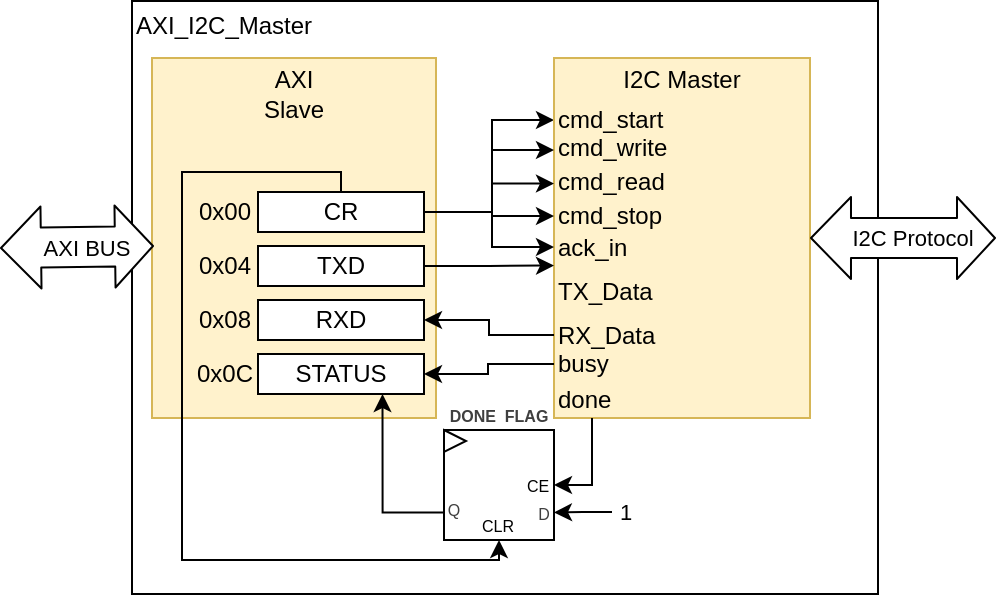
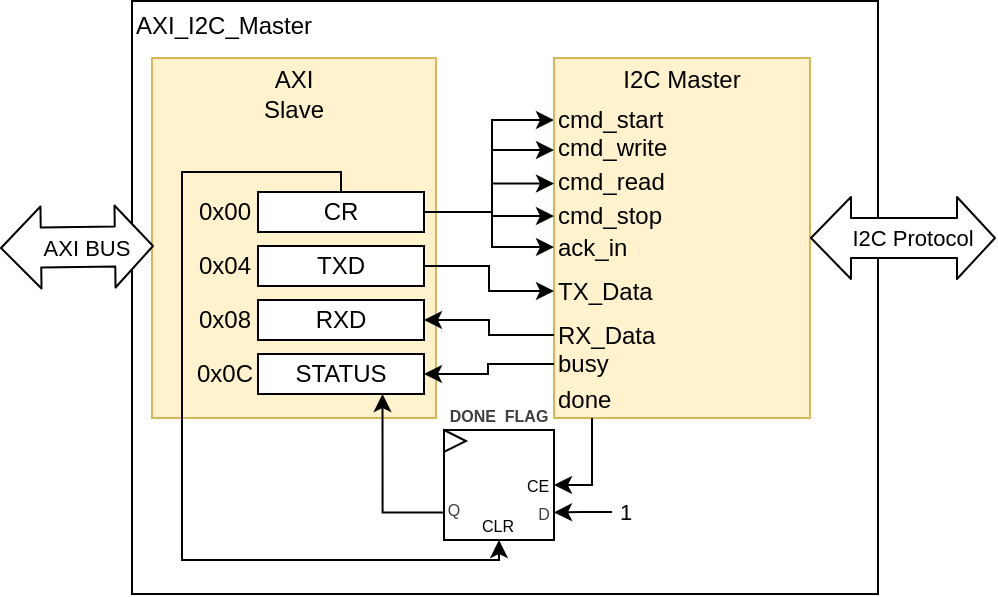
<mxfile host="65bd71144e">
    <diagram id="hn-LXBFFnmJyqADH3e9j" name="Page-1">
-         <mxGraphModel dx="1094" dy="456" grid="0" gridSize="10" guides="1" tooltips="1" connect="1" arrows="1" fold="1" page="0" pageScale="1" pageWidth="850" pageHeight="1100" math="0" shadow="0">
+         <mxGraphModel dx="1112" dy="365" grid="0" gridSize="10" guides="1" tooltips="1" connect="1" arrows="1" fold="1" page="0" pageScale="1" pageWidth="850" pageHeight="1100" math="0" shadow="0">
            <root>
                <mxCell id="0"/>
                <mxCell id="1" parent="0"/>
-                 <mxCell id="62" value="AXI_I2C_Master&lt;br&gt;&lt;div&gt;&lt;br&gt;&lt;/div&gt;&lt;div&gt;&lt;br&gt;&lt;/div&gt;&lt;div&gt;&lt;br&gt;&lt;/div&gt;&lt;div&gt;&lt;br&gt;&lt;/div&gt;&lt;div&gt;&lt;br&gt;&lt;/div&gt;&lt;div&gt;&lt;br&gt;&lt;/div&gt;&lt;div&gt;&lt;br&gt;&lt;/div&gt;&lt;div&gt;&lt;br&gt;&lt;/div&gt;&lt;div&gt;&lt;br&gt;&lt;/div&gt;&lt;div&gt;&lt;br&gt;&lt;/div&gt;&lt;div&gt;&lt;br&gt;&lt;/div&gt;&lt;div&gt;&lt;br&gt;&lt;/div&gt;&lt;div&gt;&lt;br&gt;&lt;/div&gt;&lt;div&gt;&lt;br&gt;&lt;/div&gt;&lt;div&gt;&lt;br&gt;&lt;/div&gt;&lt;div&gt;&lt;br&gt;&lt;/div&gt;&lt;div&gt;&lt;br&gt;&lt;/div&gt;&lt;div&gt;&lt;br&gt;&lt;/div&gt;&lt;div&gt;&lt;br&gt;&lt;/div&gt;" style="rounded=0;whiteSpace=wrap;html=1;align=left;" vertex="1" parent="1">
+                 <mxCell id="62" value="AXI_I2C_Master&lt;br&gt;&lt;div&gt;&lt;br&gt;&lt;/div&gt;&lt;div&gt;&lt;br&gt;&lt;/div&gt;&lt;div&gt;&lt;br&gt;&lt;/div&gt;&lt;div&gt;&lt;br&gt;&lt;/div&gt;&lt;div&gt;&lt;br&gt;&lt;/div&gt;&lt;div&gt;&lt;br&gt;&lt;/div&gt;&lt;div&gt;&lt;br&gt;&lt;/div&gt;&lt;div&gt;&lt;br&gt;&lt;/div&gt;&lt;div&gt;&lt;br&gt;&lt;/div&gt;&lt;div&gt;&lt;br&gt;&lt;/div&gt;&lt;div&gt;&lt;br&gt;&lt;/div&gt;&lt;div&gt;&lt;br&gt;&lt;/div&gt;&lt;div&gt;&lt;br&gt;&lt;/div&gt;&lt;div&gt;&lt;br&gt;&lt;/div&gt;&lt;div&gt;&lt;br&gt;&lt;/div&gt;&lt;div&gt;&lt;br&gt;&lt;/div&gt;&lt;div&gt;&lt;br&gt;&lt;/div&gt;&lt;div&gt;&lt;br&gt;&lt;/div&gt;&lt;div&gt;&lt;br&gt;&lt;/div&gt;" style="rounded=0;whiteSpace=wrap;html=1;align=left;" parent="1" vertex="1">
                    <mxGeometry x="-101" y="301.5" width="373" height="296.5" as="geometry"/>
                </mxCell>
-                 <mxCell id="25" style="edgeStyle=orthogonalEdgeStyle;html=1;entryX=0;entryY=0.5;entryDx=0;entryDy=0;rounded=0;exitX=1;exitY=0.5;exitDx=0;exitDy=0;" parent="1" edge="1" source="15">
+                 <mxCell id="25" style="edgeStyle=orthogonalEdgeStyle;html=1;entryX=0;entryY=0.5;entryDx=0;entryDy=0;rounded=0;exitX=1;exitY=0.5;exitDx=0;exitDy=0;" parent="1" source="15" edge="1">
                    <mxGeometry relative="1" as="geometry">
                        <mxPoint x="51" y="361" as="sourcePoint"/>
                        <mxPoint x="110" y="361" as="targetPoint"/>
                        <Array as="points">
                            <mxPoint x="79" y="407"/>
                            <mxPoint x="79" y="361"/>
                        </Array>
                    </mxGeometry>
                </mxCell>
                <mxCell id="4" value="AXI&lt;br&gt;Slave&lt;div&gt;&lt;br&gt;&lt;/div&gt;&lt;div&gt;&lt;br&gt;&lt;/div&gt;&lt;div&gt;&lt;br&gt;&lt;/div&gt;&lt;div&gt;&lt;br&gt;&lt;/div&gt;&lt;div&gt;&lt;br&gt;&lt;/div&gt;&lt;div&gt;&lt;br&gt;&lt;/div&gt;&lt;div&gt;&lt;br&gt;&lt;/div&gt;&lt;div&gt;&lt;br&gt;&lt;/div&gt;&lt;div&gt;&lt;br&gt;&lt;/div&gt;&lt;div&gt;&lt;br&gt;&lt;/div&gt;" style="rounded=0;whiteSpace=wrap;html=1;fillColor=#fff2cc;strokeColor=#d6b656;" parent="1" vertex="1">
                    <mxGeometry x="-91" y="330" width="142" height="180" as="geometry"/>
                </mxCell>
                <mxCell id="2" value="I2C Master&lt;div&gt;&lt;br&gt;&lt;/div&gt;&lt;div&gt;&lt;br&gt;&lt;/div&gt;&lt;div&gt;&lt;br&gt;&lt;/div&gt;&lt;div&gt;&lt;br&gt;&lt;/div&gt;&lt;div&gt;&lt;br&gt;&lt;/div&gt;&lt;div&gt;&lt;br&gt;&lt;/div&gt;&lt;div&gt;&lt;br&gt;&lt;/div&gt;&lt;div&gt;&lt;br&gt;&lt;/div&gt;&lt;div&gt;&lt;br&gt;&lt;/div&gt;&lt;div&gt;&lt;br&gt;&lt;/div&gt;&lt;div&gt;&lt;br&gt;&lt;/div&gt;" style="rounded=0;whiteSpace=wrap;html=1;fillColor=#fff2cc;strokeColor=#d6b656;" parent="1" vertex="1">
                    <mxGeometry x="110" y="330" width="128" height="180" as="geometry"/>
                </mxCell>
                <mxCell id="10" value="" style="shape=flexArrow;endArrow=classic;startArrow=classic;html=1;exitX=1;exitY=0.5;exitDx=0;exitDy=0;entryX=0;entryY=0.5;entryDx=0;entryDy=0;width=20;startSize=6.332;fillColor=default;" parent="1" source="2" edge="1">
                    <mxGeometry width="100" height="100" relative="1" as="geometry">
                        <mxPoint x="270" y="540" as="sourcePoint"/>
                        <mxPoint x="331" y="420" as="targetPoint"/>
                    </mxGeometry>
                </mxCell>
                <mxCell id="59" value="I2C Protocol" style="edgeLabel;html=1;align=center;verticalAlign=middle;resizable=0;points=[];" parent="10" vertex="1" connectable="0">
                    <mxGeometry x="-0.0396" y="-6" relative="1" as="geometry">
                        <mxPoint x="6" y="-6" as="offset"/>
                    </mxGeometry>
                </mxCell>
-                 <mxCell id="67" style="edgeStyle=orthogonalEdgeStyle;shape=connector;rounded=0;html=1;entryX=0;entryY=0.5;entryDx=0;entryDy=0;strokeColor=default;align=center;verticalAlign=middle;fontFamily=Helvetica;fontSize=11;fontColor=default;labelBackgroundColor=default;startArrow=none;startFill=0;endArrow=classic;endFill=1;" edge="1" parent="1" source="15" target="65">
+                 <mxCell id="67" style="edgeStyle=orthogonalEdgeStyle;shape=connector;rounded=0;html=1;entryX=0;entryY=0.5;entryDx=0;entryDy=0;strokeColor=default;align=center;verticalAlign=middle;fontFamily=Helvetica;fontSize=11;fontColor=default;labelBackgroundColor=default;startArrow=none;startFill=0;endArrow=classic;endFill=1;" parent="1" source="15" target="65" edge="1">
                    <mxGeometry relative="1" as="geometry">
                        <Array as="points">
                            <mxPoint x="79" y="407"/>
                            <mxPoint x="79" y="425"/>
                        </Array>
                    </mxGeometry>
                </mxCell>
-                 <mxCell id="81" style="edgeStyle=orthogonalEdgeStyle;shape=connector;rounded=0;html=1;entryX=0.5;entryY=1;entryDx=0;entryDy=0;strokeColor=default;align=center;verticalAlign=middle;fontFamily=Helvetica;fontSize=11;fontColor=default;labelBackgroundColor=default;startArrow=none;startFill=0;endArrow=classic;endFill=1;" edge="1" parent="1" source="15" target="68">
+                 <mxCell id="81" style="edgeStyle=orthogonalEdgeStyle;shape=connector;rounded=0;html=1;entryX=0.5;entryY=1;entryDx=0;entryDy=0;strokeColor=default;align=center;verticalAlign=middle;fontFamily=Helvetica;fontSize=11;fontColor=default;labelBackgroundColor=default;startArrow=none;startFill=0;endArrow=classic;endFill=1;" parent="1" source="15" target="68" edge="1">
                    <mxGeometry relative="1" as="geometry">
                        <Array as="points">
                            <mxPoint x="4" y="387"/>
                            <mxPoint x="-76" y="387"/>
                            <mxPoint x="-76" y="581"/>
                            <mxPoint x="82" y="581"/>
                        </Array>
                    </mxGeometry>
                </mxCell>
                <mxCell id="15" value="CR" style="rounded=0;whiteSpace=wrap;html=1;" parent="1" vertex="1">
                    <mxGeometry x="-38" y="397" width="83" height="20" as="geometry"/>
                </mxCell>
                <mxCell id="16" value="TXD" style="rounded=0;whiteSpace=wrap;html=1;" parent="1" vertex="1">
                    <mxGeometry x="-38" y="424" width="83" height="20" as="geometry"/>
                </mxCell>
                <mxCell id="17" value="RXD" style="rounded=0;whiteSpace=wrap;html=1;" parent="1" vertex="1">
                    <mxGeometry x="-38" y="451" width="83" height="20" as="geometry"/>
                </mxCell>
                <mxCell id="18" value="STATUS" style="rounded=0;whiteSpace=wrap;html=1;" parent="1" vertex="1">
                    <mxGeometry x="-38" y="478" width="83" height="20" as="geometry"/>
                </mxCell>
                <mxCell id="39" value="0x00" style="text;html=1;align=center;verticalAlign=middle;whiteSpace=wrap;rounded=0;" parent="1" vertex="1">
                    <mxGeometry x="-71" y="397" width="33" height="20" as="geometry"/>
                </mxCell>
                <mxCell id="41" value="0x04" style="text;html=1;align=center;verticalAlign=middle;whiteSpace=wrap;rounded=0;" parent="1" vertex="1">
                    <mxGeometry x="-71" y="424" width="33" height="20" as="geometry"/>
                </mxCell>
                <mxCell id="42" value="0x08" style="text;html=1;align=center;verticalAlign=middle;whiteSpace=wrap;rounded=0;" parent="1" vertex="1">
                    <mxGeometry x="-71" y="451" width="33" height="20" as="geometry"/>
                </mxCell>
                <mxCell id="43" value="0x0C" style="text;html=1;align=center;verticalAlign=middle;whiteSpace=wrap;rounded=0;" parent="1" vertex="1">
                    <mxGeometry x="-71" y="478" width="33" height="20" as="geometry"/>
                </mxCell>
-                 <mxCell id="44" style="edgeStyle=orthogonalEdgeStyle;html=1;entryX=0;entryY=0.5;entryDx=0;entryDy=0;rounded=0;exitX=1;exitY=0.5;exitDx=0;exitDy=0;" parent="1" edge="1" source="15">
+                 <mxCell id="44" style="edgeStyle=orthogonalEdgeStyle;html=1;entryX=0;entryY=0.5;entryDx=0;entryDy=0;rounded=0;exitX=1;exitY=0.5;exitDx=0;exitDy=0;" parent="1" source="15" edge="1">
                    <mxGeometry relative="1" as="geometry">
                        <mxPoint x="51" y="376" as="sourcePoint"/>
                        <mxPoint x="110" y="376" as="targetPoint"/>
                        <Array as="points">
                            <mxPoint x="79" y="407"/>
                            <mxPoint x="79" y="376"/>
                        </Array>
                    </mxGeometry>
                </mxCell>
-                 <mxCell id="45" style="edgeStyle=orthogonalEdgeStyle;html=1;entryX=0;entryY=0.5;entryDx=0;entryDy=0;rounded=0;exitX=1;exitY=0.5;exitDx=0;exitDy=0;" parent="1" edge="1" source="15">
+                 <mxCell id="45" style="edgeStyle=orthogonalEdgeStyle;html=1;entryX=0;entryY=0.5;entryDx=0;entryDy=0;rounded=0;exitX=1;exitY=0.5;exitDx=0;exitDy=0;" parent="1" source="15" edge="1">
                    <mxGeometry relative="1" as="geometry">
                        <mxPoint x="51" y="392.76" as="sourcePoint"/>
                        <mxPoint x="110" y="392.76" as="targetPoint"/>
                        <Array as="points">
                            <mxPoint x="79" y="407"/>
                            <mxPoint x="79" y="393"/>
                        </Array>
                    </mxGeometry>
                </mxCell>
-                 <mxCell id="46" style="edgeStyle=orthogonalEdgeStyle;html=1;entryX=0;entryY=0.5;entryDx=0;entryDy=0;rounded=0;exitX=1;exitY=0.5;exitDx=0;exitDy=0;" parent="1" edge="1" source="16">
+                 <mxCell id="46" style="edgeStyle=orthogonalEdgeStyle;html=1;entryX=0;entryY=0.5;entryDx=0;entryDy=0;rounded=0;exitX=1;exitY=0.5;exitDx=0;exitDy=0;" parent="1" source="16" edge="1" target="55">
                    <mxGeometry relative="1" as="geometry">
                        <mxPoint x="51" y="433.76" as="sourcePoint"/>
                        <mxPoint x="110" y="433.76" as="targetPoint"/>
                    </mxGeometry>
                </mxCell>
-                 <mxCell id="47" style="edgeStyle=orthogonalEdgeStyle;html=1;entryX=0;entryY=0.5;entryDx=0;entryDy=0;startArrow=classic;startFill=1;endArrow=none;endFill=0;rounded=0;exitX=1;exitY=0.5;exitDx=0;exitDy=0;" parent="1" edge="1" target="56" source="17">
+                 <mxCell id="47" style="edgeStyle=orthogonalEdgeStyle;html=1;entryX=0;entryY=0.5;entryDx=0;entryDy=0;startArrow=classic;startFill=1;endArrow=none;endFill=0;rounded=0;exitX=1;exitY=0.5;exitDx=0;exitDy=0;" parent="1" source="17" target="56" edge="1">
                    <mxGeometry relative="1" as="geometry">
                        <mxPoint x="51" y="465" as="sourcePoint"/>
                        <mxPoint x="110" y="465" as="targetPoint"/>
                    </mxGeometry>
                </mxCell>
-                 <mxCell id="48" style="edgeStyle=orthogonalEdgeStyle;html=1;entryX=0;entryY=0.5;entryDx=0;entryDy=0;startArrow=classic;startFill=1;endArrow=none;endFill=0;rounded=0;exitX=1;exitY=0.5;exitDx=0;exitDy=0;" parent="1" edge="1" source="18">
+                 <mxCell id="48" style="edgeStyle=orthogonalEdgeStyle;html=1;entryX=0;entryY=0.5;entryDx=0;entryDy=0;startArrow=classic;startFill=1;endArrow=none;endFill=0;rounded=0;exitX=1;exitY=0.5;exitDx=0;exitDy=0;" parent="1" source="18" edge="1">
                    <mxGeometry relative="1" as="geometry">
                        <mxPoint x="51" y="483" as="sourcePoint"/>
                        <mxPoint x="110" y="483" as="targetPoint"/>
                        <Array as="points">
                            <mxPoint x="77" y="488"/>
                            <mxPoint x="77" y="483"/>
                        </Array>
                    </mxGeometry>
                </mxCell>
                <mxCell id="50" value="cmd_start" style="text;html=1;align=left;verticalAlign=middle;whiteSpace=wrap;rounded=0;" parent="1" vertex="1">
                    <mxGeometry x="110" y="351" width="38" height="19" as="geometry"/>
                </mxCell>
                <mxCell id="51" value="cmd_write" style="text;html=1;align=left;verticalAlign=middle;whiteSpace=wrap;rounded=0;" parent="1" vertex="1">
                    <mxGeometry x="110" y="365" width="38" height="19" as="geometry"/>
                </mxCell>
                <mxCell id="52" value="cmd_read" style="text;html=1;align=left;verticalAlign=middle;whiteSpace=wrap;rounded=0;" parent="1" vertex="1">
                    <mxGeometry x="110" y="382" width="38" height="19" as="geometry"/>
                </mxCell>
-                 <mxCell id="53" style="edgeStyle=orthogonalEdgeStyle;html=1;entryX=0;entryY=0.5;entryDx=0;entryDy=0;rounded=0;exitX=1;exitY=0.5;exitDx=0;exitDy=0;" parent="1" edge="1" target="54" source="15">
+                 <mxCell id="53" style="edgeStyle=orthogonalEdgeStyle;html=1;entryX=0;entryY=0.5;entryDx=0;entryDy=0;rounded=0;exitX=1;exitY=0.5;exitDx=0;exitDy=0;" parent="1" source="15" target="54" edge="1">
                    <mxGeometry relative="1" as="geometry">
                        <mxPoint x="51" y="417.76" as="sourcePoint"/>
                        <mxPoint x="110" y="417.76" as="targetPoint"/>
                        <Array as="points">
                            <mxPoint x="79" y="407"/>
                            <mxPoint x="79" y="409"/>
                            <mxPoint x="110" y="409"/>
                        </Array>
                    </mxGeometry>
                </mxCell>
                <mxCell id="54" value="cmd_stop" style="text;html=1;align=left;verticalAlign=middle;whiteSpace=wrap;rounded=0;" parent="1" vertex="1">
                    <mxGeometry x="110" y="399" width="38" height="19" as="geometry"/>
                </mxCell>
                <mxCell id="55" value="TX_Data" style="text;html=1;align=left;verticalAlign=middle;whiteSpace=wrap;rounded=0;" parent="1" vertex="1">
                    <mxGeometry x="110" y="437" width="38" height="19" as="geometry"/>
                </mxCell>
                <mxCell id="56" value="RX_Data" style="text;html=1;align=left;verticalAlign=middle;whiteSpace=wrap;rounded=0;" parent="1" vertex="1">
                    <mxGeometry x="110" y="459" width="38" height="19" as="geometry"/>
                </mxCell>
                <mxCell id="57" value="busy" style="text;html=1;align=left;verticalAlign=middle;whiteSpace=wrap;rounded=0;" parent="1" vertex="1">
                    <mxGeometry x="110" y="473" width="38" height="19" as="geometry"/>
                </mxCell>
-                 <mxCell id="70" style="edgeStyle=orthogonalEdgeStyle;shape=connector;rounded=0;html=1;entryX=1;entryY=0.5;entryDx=0;entryDy=0;strokeColor=default;align=center;verticalAlign=middle;fontFamily=Helvetica;fontSize=11;fontColor=default;labelBackgroundColor=default;startArrow=none;startFill=0;endArrow=classic;endFill=1;" edge="1" parent="1" source="58" target="68">
+                 <mxCell id="70" style="edgeStyle=orthogonalEdgeStyle;shape=connector;rounded=0;html=1;entryX=1;entryY=0.5;entryDx=0;entryDy=0;strokeColor=default;align=center;verticalAlign=middle;fontFamily=Helvetica;fontSize=11;fontColor=default;labelBackgroundColor=default;startArrow=none;startFill=0;endArrow=classic;endFill=1;" parent="1" source="58" target="68" edge="1">
                    <mxGeometry relative="1" as="geometry">
                        <Array as="points">
                            <mxPoint x="129" y="544"/>
                        </Array>
                    </mxGeometry>
                </mxCell>
                <mxCell id="58" value="done" style="text;html=1;align=left;verticalAlign=middle;whiteSpace=wrap;rounded=0;" parent="1" vertex="1">
                    <mxGeometry x="110" y="491" width="38" height="19" as="geometry"/>
                </mxCell>
                <mxCell id="60" value="" style="shape=flexArrow;endArrow=classic;startArrow=classic;html=1;width=20;startSize=6.332;fillColor=default;" parent="1" edge="1">
                    <mxGeometry width="100" height="100" relative="1" as="geometry">
                        <mxPoint x="-167" y="425" as="sourcePoint"/>
                        <mxPoint x="-90" y="424" as="targetPoint"/>
                    </mxGeometry>
                </mxCell>
                <mxCell id="61" value="AXI BUS" style="edgeLabel;html=1;align=center;verticalAlign=middle;resizable=0;points=[];" parent="60" vertex="1" connectable="0">
                    <mxGeometry x="-0.0396" y="-6" relative="1" as="geometry">
                        <mxPoint x="6" y="-6" as="offset"/>
                    </mxGeometry>
                </mxCell>
-                 <mxCell id="65" value="ack_in" style="text;html=1;align=left;verticalAlign=middle;whiteSpace=wrap;rounded=0;" vertex="1" parent="1">
+                 <mxCell id="65" value="ack_in" style="text;html=1;align=left;verticalAlign=middle;whiteSpace=wrap;rounded=0;" parent="1" vertex="1">
                    <mxGeometry x="110" y="415" width="38" height="19" as="geometry"/>
                </mxCell>
-                 <mxCell id="75" style="edgeStyle=orthogonalEdgeStyle;shape=connector;rounded=0;html=1;entryX=0.75;entryY=1;entryDx=0;entryDy=0;strokeColor=default;align=center;verticalAlign=middle;fontFamily=Helvetica;fontSize=11;fontColor=default;labelBackgroundColor=default;startArrow=none;startFill=0;endArrow=classic;endFill=1;exitX=0;exitY=0.75;exitDx=0;exitDy=0;" edge="1" parent="1" source="68" target="18">
+                 <mxCell id="75" style="edgeStyle=orthogonalEdgeStyle;shape=connector;rounded=0;html=1;entryX=0.75;entryY=1;entryDx=0;entryDy=0;strokeColor=default;align=center;verticalAlign=middle;fontFamily=Helvetica;fontSize=11;fontColor=default;labelBackgroundColor=default;startArrow=none;startFill=0;endArrow=classic;endFill=1;exitX=0;exitY=0.75;exitDx=0;exitDy=0;" parent="1" source="68" target="18" edge="1">
                    <mxGeometry relative="1" as="geometry"/>
                </mxCell>
-                 <mxCell id="68" value="&lt;div&gt;&lt;b style=&quot;color: rgb(63, 63, 63); background-color: transparent;&quot;&gt;&lt;font style=&quot;font-size: 8px;&quot;&gt;DONE&amp;nbsp;&lt;/font&gt;&lt;/b&gt;&lt;b style=&quot;color: rgb(63, 63, 63); background-color: transparent;&quot;&gt;&lt;font style=&quot;font-size: 8px;&quot;&gt;&amp;nbsp;&lt;/font&gt;&lt;/b&gt;&lt;b style=&quot;color: rgb(63, 63, 63); background-color: transparent;&quot;&gt;&lt;span style=&quot;font-size: 8px; background-color: transparent; color: rgb(63, 63, 63);&quot;&gt;FLAG&lt;/span&gt;&lt;/b&gt;&lt;/div&gt;&lt;div&gt;&lt;b style=&quot;color: rgb(63, 63, 63); background-color: transparent;&quot;&gt;&lt;span style=&quot;font-size: 8px; background-color: transparent; color: rgb(63, 63, 63);&quot;&gt;&lt;br&gt;&lt;/span&gt;&lt;/b&gt;&lt;/div&gt;&lt;div&gt;&lt;b style=&quot;color: rgb(63, 63, 63); background-color: transparent;&quot;&gt;&lt;span style=&quot;font-size: 8px; background-color: transparent; color: rgb(63, 63, 63);&quot;&gt;&lt;br&gt;&lt;/span&gt;&lt;/b&gt;&lt;/div&gt;&lt;div&gt;&lt;b style=&quot;color: rgb(63, 63, 63); background-color: transparent;&quot;&gt;&lt;span style=&quot;font-size: 8px; background-color: transparent; color: rgb(63, 63, 63);&quot;&gt;&lt;br&gt;&lt;/span&gt;&lt;/b&gt;&lt;/div&gt;&lt;div&gt;&lt;b style=&quot;color: rgb(63, 63, 63); background-color: transparent;&quot;&gt;&lt;span style=&quot;font-size: 8px; background-color: transparent; color: rgb(63, 63, 63);&quot;&gt;&lt;br&gt;&lt;/span&gt;&lt;/b&gt;&lt;/div&gt;&lt;div&gt;&lt;b style=&quot;color: rgb(63, 63, 63); background-color: transparent;&quot;&gt;&lt;span style=&quot;font-size: 8px; background-color: transparent; color: rgb(63, 63, 63);&quot;&gt;&lt;br&gt;&lt;/span&gt;&lt;/b&gt;&lt;/div&gt;" style="rounded=0;whiteSpace=wrap;html=1;" vertex="1" parent="1">
+                 <mxCell id="68" value="&lt;div&gt;&lt;b style=&quot;color: rgb(63, 63, 63); background-color: transparent;&quot;&gt;&lt;font style=&quot;font-size: 8px;&quot;&gt;DONE&amp;nbsp;&lt;/font&gt;&lt;/b&gt;&lt;b style=&quot;color: rgb(63, 63, 63); background-color: transparent;&quot;&gt;&lt;font style=&quot;font-size: 8px;&quot;&gt;&amp;nbsp;&lt;/font&gt;&lt;/b&gt;&lt;b style=&quot;color: rgb(63, 63, 63); background-color: transparent;&quot;&gt;&lt;span style=&quot;font-size: 8px; background-color: transparent; color: rgb(63, 63, 63);&quot;&gt;FLAG&lt;/span&gt;&lt;/b&gt;&lt;/div&gt;&lt;div&gt;&lt;b style=&quot;color: rgb(63, 63, 63); background-color: transparent;&quot;&gt;&lt;span style=&quot;font-size: 8px; background-color: transparent; color: rgb(63, 63, 63);&quot;&gt;&lt;br&gt;&lt;/span&gt;&lt;/b&gt;&lt;/div&gt;&lt;div&gt;&lt;b style=&quot;color: rgb(63, 63, 63); background-color: transparent;&quot;&gt;&lt;span style=&quot;font-size: 8px; background-color: transparent; color: rgb(63, 63, 63);&quot;&gt;&lt;br&gt;&lt;/span&gt;&lt;/b&gt;&lt;/div&gt;&lt;div&gt;&lt;b style=&quot;color: rgb(63, 63, 63); background-color: transparent;&quot;&gt;&lt;span style=&quot;font-size: 8px; background-color: transparent; color: rgb(63, 63, 63);&quot;&gt;&lt;br&gt;&lt;/span&gt;&lt;/b&gt;&lt;/div&gt;&lt;div&gt;&lt;b style=&quot;color: rgb(63, 63, 63); background-color: transparent;&quot;&gt;&lt;span style=&quot;font-size: 8px; background-color: transparent; color: rgb(63, 63, 63);&quot;&gt;&lt;br&gt;&lt;/span&gt;&lt;/b&gt;&lt;/div&gt;&lt;div&gt;&lt;b style=&quot;color: rgb(63, 63, 63); background-color: transparent;&quot;&gt;&lt;span style=&quot;font-size: 8px; background-color: transparent; color: rgb(63, 63, 63);&quot;&gt;&lt;br&gt;&lt;/span&gt;&lt;/b&gt;&lt;/div&gt;" style="rounded=0;whiteSpace=wrap;html=1;" parent="1" vertex="1">
                    <mxGeometry x="55" y="516" width="55" height="55" as="geometry"/>
                </mxCell>
-                 <mxCell id="74" style="edgeStyle=orthogonalEdgeStyle;shape=connector;rounded=0;html=1;entryX=1;entryY=0.75;entryDx=0;entryDy=0;strokeColor=default;align=center;verticalAlign=middle;fontFamily=Helvetica;fontSize=11;fontColor=default;labelBackgroundColor=default;startArrow=none;startFill=0;endArrow=classic;endFill=1;" edge="1" parent="1" source="72" target="68">
+                 <mxCell id="74" style="edgeStyle=orthogonalEdgeStyle;shape=connector;rounded=0;html=1;entryX=1;entryY=0.75;entryDx=0;entryDy=0;strokeColor=default;align=center;verticalAlign=middle;fontFamily=Helvetica;fontSize=11;fontColor=default;labelBackgroundColor=default;startArrow=none;startFill=0;endArrow=classic;endFill=1;" parent="1" source="72" target="68" edge="1">
                    <mxGeometry relative="1" as="geometry"/>
                </mxCell>
-                 <mxCell id="72" value="1" style="text;html=1;align=center;verticalAlign=middle;whiteSpace=wrap;rounded=0;fontFamily=Helvetica;fontSize=11;fontColor=default;labelBackgroundColor=default;" vertex="1" parent="1">
+                 <mxCell id="72" value="1" style="text;html=1;align=center;verticalAlign=middle;whiteSpace=wrap;rounded=0;fontFamily=Helvetica;fontSize=11;fontColor=default;labelBackgroundColor=default;" parent="1" vertex="1">
                    <mxGeometry x="139" y="550" width="14" height="14" as="geometry"/>
                </mxCell>
-                 <mxCell id="76" value="&lt;span style=&quot;color: rgb(63, 63, 63); font-size: 8px;&quot;&gt;Q&lt;/span&gt;" style="text;html=1;align=center;verticalAlign=middle;whiteSpace=wrap;rounded=0;fontFamily=Helvetica;fontSize=11;fontColor=default;labelBackgroundColor=default;" vertex="1" parent="1">
+                 <mxCell id="76" value="&lt;span style=&quot;color: rgb(63, 63, 63); font-size: 8px;&quot;&gt;Q&lt;/span&gt;" style="text;html=1;align=center;verticalAlign=middle;whiteSpace=wrap;rounded=0;fontFamily=Helvetica;fontSize=11;fontColor=default;labelBackgroundColor=default;" parent="1" vertex="1">
                    <mxGeometry x="57" y="548" width="6" height="14" as="geometry"/>
                </mxCell>
-                 <mxCell id="77" value="&lt;span style=&quot;color: rgb(63, 63, 63); font-size: 8px;&quot;&gt;D&lt;/span&gt;" style="text;html=1;align=center;verticalAlign=middle;whiteSpace=wrap;rounded=0;fontFamily=Helvetica;fontSize=11;fontColor=default;labelBackgroundColor=default;" vertex="1" parent="1">
+                 <mxCell id="77" value="&lt;span style=&quot;color: rgb(63, 63, 63); font-size: 8px;&quot;&gt;D&lt;/span&gt;" style="text;html=1;align=center;verticalAlign=middle;whiteSpace=wrap;rounded=0;fontFamily=Helvetica;fontSize=11;fontColor=default;labelBackgroundColor=default;" parent="1" vertex="1">
                    <mxGeometry x="102" y="550" width="6" height="14" as="geometry"/>
                </mxCell>
-                 <mxCell id="78" value="&lt;span style=&quot;font-size: 8px;&quot;&gt;CE&lt;/span&gt;" style="text;html=1;align=center;verticalAlign=middle;whiteSpace=wrap;rounded=0;fontFamily=Helvetica;fontSize=11;fontColor=default;labelBackgroundColor=default;" vertex="1" parent="1">
+                 <mxCell id="78" value="&lt;span style=&quot;font-size: 8px;&quot;&gt;CE&lt;/span&gt;" style="text;html=1;align=center;verticalAlign=middle;whiteSpace=wrap;rounded=0;fontFamily=Helvetica;fontSize=11;fontColor=default;labelBackgroundColor=default;" parent="1" vertex="1">
                    <mxGeometry x="99" y="536" width="6" height="14" as="geometry"/>
                </mxCell>
-                 <mxCell id="79" value="" style="triangle;whiteSpace=wrap;html=1;fontFamily=Helvetica;fontSize=11;fontColor=default;labelBackgroundColor=default;" vertex="1" parent="1">
+                 <mxCell id="79" value="" style="triangle;whiteSpace=wrap;html=1;fontFamily=Helvetica;fontSize=11;fontColor=default;labelBackgroundColor=default;" parent="1" vertex="1">
                    <mxGeometry x="55" y="516" width="11" height="11" as="geometry"/>
                </mxCell>
-                 <mxCell id="82" value="&lt;span style=&quot;font-size: 8px;&quot;&gt;CLR&lt;/span&gt;" style="text;html=1;align=center;verticalAlign=middle;whiteSpace=wrap;rounded=0;fontFamily=Helvetica;fontSize=11;fontColor=default;labelBackgroundColor=default;" vertex="1" parent="1">
+                 <mxCell id="82" value="&lt;span style=&quot;font-size: 8px;&quot;&gt;CLR&lt;/span&gt;" style="text;html=1;align=center;verticalAlign=middle;whiteSpace=wrap;rounded=0;fontFamily=Helvetica;fontSize=11;fontColor=default;labelBackgroundColor=default;" parent="1" vertex="1">
                    <mxGeometry x="78.5" y="556" width="6" height="14" as="geometry"/>
                </mxCell>
            </root>
        </mxGraphModel>
    </diagram>
</mxfile>